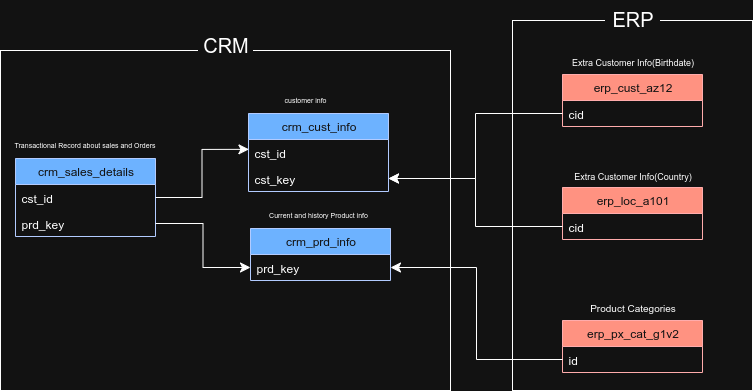
The draw.io diagram documents/DATA_INTEGRATION.drawio.png in Swaraj-sj2000/sql-data-warehouse-project, before a commit. Source tidied: cells renumbered, new cells last; positions are measured from the earlier drawing's top-left corner, leaving out a move shared by most shapes.
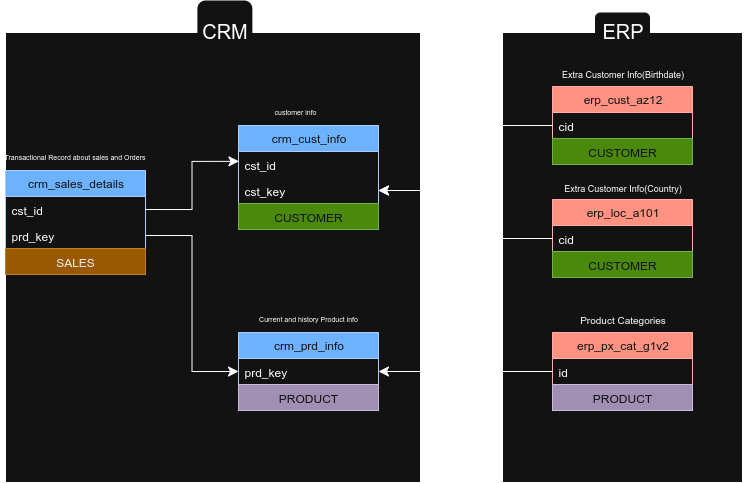
Above is the later version.

Commit message:
added dimensions and facts in golden layer and added er diagram for golden layer

Diff of the diagram source:
```diff
@@ -2,57 +2,69 @@
   <root>
     <mxCell id="0" />
     <mxCell id="1" parent="0" />
-    <mxCell id="2" style="rounded=0;whiteSpace=wrap;html=1;" parent="1" vertex="1">
-      <mxGeometry x="512" y="20" width="240" height="370" as="geometry" />
-    </mxCell>
-    <mxCell id="3" style="rounded=0;whiteSpace=wrap;html=1;" parent="1" vertex="1">
-      <mxGeometry y="50" width="450" height="340" as="geometry" />
-    </mxCell>
+    <mxCell id="31" style="rounded=0;whiteSpace=wrap;html=1;" parent="1" vertex="1">
+      <mxGeometry x="512" y="20" width="240" height="450" as="geometry" />
+    </mxCell>
+    <mxCell id="32" style="rounded=0;whiteSpace=wrap;html=1;" parent="1" vertex="1">
+      <mxGeometry x="15" y="20" width="415" height="450" as="geometry" />
+    </mxCell>
     <mxCell id="4" value="&lt;font style=&quot;font-size: 7px;&quot;&gt;customer info&lt;/font&gt;" style="text;html=1;align=center;verticalAlign=middle;whiteSpace=wrap;rounded=0;" parent="1" vertex="1">
       <mxGeometry x="281" y="83" width="48" height="30" as="geometry" />
     </mxCell>
     <mxCell id="5" value="&lt;font style=&quot;font-size: 7px;&quot;&gt;Current and history Product info&lt;/font&gt;" style="text;html=1;align=center;verticalAlign=middle;whiteSpace=wrap;rounded=0;" parent="1" vertex="1">
-      <mxGeometry x="261.9" y="198" width="112.2" height="30" as="geometry" />
+      <mxGeometry x="261.9" y="290" width="112.2" height="30" as="geometry" />
     </mxCell>
     <mxCell id="6" value="&lt;font style=&quot;font-size: 7px;&quot;&gt;Transactional Record about sales and Orders&lt;/font&gt;" style="text;html=1;align=center;verticalAlign=middle;whiteSpace=wrap;rounded=0;" parent="1" vertex="1">
       <mxGeometry x="9.4" y="128" width="151.1" height="30" as="geometry" />
     </mxCell>
     <mxCell id="7" value="crm_cust_info" style="swimlane;fontStyle=0;horizontal=1;startSize=26;html=1;fillColor=#0050ef;fontColor=#ffffff;strokeColor=#001DBC;" parent="1" vertex="1">
-      <mxGeometry x="248" y="113" width="140" height="78" as="geometry" />
+      <mxGeometry x="248" y="113" width="140" height="104" as="geometry" />
     </mxCell>
-    <mxCell id="8" value="cst_id" style="text;align=left;verticalAlign=top;spacingLeft=4;spacingRight=4;overflow=hidden;points=[[0,0.5],[1,0.5]];portConstraint=eastwest;whiteSpace=wrap;html=1;" parent="7" vertex="1">
-      <mxGeometry y="26" width="140" height="26" as="geometry" />
-    </mxCell>
+    <mxCell id="33" value="cst_id" style="text;align=left;verticalAlign=top;spacingLeft=4;spacingRight=4;overflow=hidden;points=[[0,0.5],[1,0.5]];portConstraint=eastwest;whiteSpace=wrap;html=1;" parent="7" vertex="1">
+      <mxGeometry y="26" width="140" height="26" as="geometry" />
+    </mxCell>
     <mxCell id="9" value="cst_key" style="text;align=left;verticalAlign=top;spacingLeft=4;spacingRight=4;overflow=hidden;points=[[0,0.5],[1,0.5]];portConstraint=eastwest;whiteSpace=wrap;html=1;" parent="7" vertex="1">
       <mxGeometry y="52" width="140" height="26" as="geometry" />
     </mxCell>
+    <mxCell id="34" value="CUSTOMER" style="text;strokeColor=#2D7600;fillColor=#60a917;align=center;verticalAlign=top;spacingLeft=4;spacingRight=4;overflow=hidden;whiteSpace=wrap;html=1;fontColor=#ffffff;" parent="7" vertex="1">
+      <mxGeometry y="78" width="140" height="26" as="geometry" />
+    </mxCell>
     <mxCell id="10" value="crm_prd_info" style="swimlane;fontStyle=0;horizontal=1;startSize=26;html=1;fillColor=#0050ef;fontColor=#ffffff;strokeColor=#001DBC;" parent="1" vertex="1">
-      <mxGeometry x="250" y="228" width="140" height="52" as="geometry" />
+      <mxGeometry x="248" y="320" width="140" height="78" as="geometry" />
     </mxCell>
     <mxCell id="11" value="prd_key" style="text;align=left;verticalAlign=top;spacingLeft=4;spacingRight=4;overflow=hidden;points=[[0,0.5],[1,0.5]];portConstraint=eastwest;whiteSpace=wrap;html=1;" parent="10" vertex="1">
       <mxGeometry y="26" width="140" height="26" as="geometry" />
     </mxCell>
+    <mxCell id="35" value="PRODUCT" style="text;strokeColor=#432D57;fillColor=#76608a;align=center;verticalAlign=top;spacingLeft=4;spacingRight=4;overflow=hidden;whiteSpace=wrap;html=1;fontColor=#ffffff;" parent="10" vertex="1">
+      <mxGeometry y="52" width="140" height="26" as="geometry" />
+    </mxCell>
     <mxCell id="12" value="crm_sales_details" style="swimlane;fontStyle=0;horizontal=1;startSize=26;html=1;fillColor=#0050ef;fontColor=#ffffff;strokeColor=#001DBC;" parent="1" vertex="1">
-      <mxGeometry x="15" y="158" width="140" height="78" as="geometry" />
+      <mxGeometry x="15" y="158" width="140" height="104" as="geometry" />
     </mxCell>
-    <mxCell id="13" value="cst_id" style="text;align=left;verticalAlign=top;spacingLeft=4;spacingRight=4;overflow=hidden;points=[[0,0.5],[1,0.5]];portConstraint=eastwest;whiteSpace=wrap;html=1;" parent="12" vertex="1">
-      <mxGeometry y="26" width="140" height="26" as="geometry" />
-    </mxCell>
+    <mxCell id="36" value="cst_id" style="text;align=left;verticalAlign=top;spacingLeft=4;spacingRight=4;overflow=hidden;points=[[0,0.5],[1,0.5]];portConstraint=eastwest;whiteSpace=wrap;html=1;" parent="12" vertex="1">
+      <mxGeometry y="26" width="140" height="26" as="geometry" />
+    </mxCell>
     <mxCell id="14" value="prd_key" style="text;align=left;verticalAlign=top;spacingLeft=4;spacingRight=4;overflow=hidden;points=[[0,0.5],[1,0.5]];portConstraint=eastwest;whiteSpace=wrap;html=1;" parent="12" vertex="1">
       <mxGeometry y="52" width="140" height="26" as="geometry" />
     </mxCell>
-    <mxCell id="15" style="edgeStyle=orthogonalEdgeStyle;rounded=0;jettySize=auto;html=1;entryX=0.003;entryY=0.379;entryDx=0;entryDy=0;entryPerimeter=0;fontSize=12;startSize=8;endSize=8;exitX=1;exitY=0.5;exitDx=0;exitDy=0;" parent="1" edge="1" source="13" target="8">
-      <mxGeometry relative="1" as="geometry" />
-    </mxCell>
+    <mxCell id="37" value="SALES" style="text;strokeColor=#BD7000;fillColor=#f0a30a;align=center;verticalAlign=top;spacingLeft=4;spacingRight=4;overflow=hidden;whiteSpace=wrap;html=1;fontColor=#000000;" parent="12" vertex="1">
+      <mxGeometry y="78" width="140" height="26" as="geometry" />
+    </mxCell>
+    <mxCell id="38" style="edgeStyle=orthogonalEdgeStyle;rounded=0;jettySize=auto;html=1;entryX=0.003;entryY=0.379;entryDx=0;entryDy=0;entryPerimeter=0;fontSize=12;startSize=8;endSize=8;exitX=1;exitY=0.5;exitDx=0;exitDy=0;" parent="1" edge="1" source="36" target="33">
+      <mxGeometry relative="1" as="geometry" />
+    </mxCell>
     <mxCell id="16" style="edgeStyle=orthogonalEdgeStyle;rounded=0;jettySize=auto;html=1;entryX=0;entryY=0.5;entryDx=0;entryDy=0;fontSize=12;startSize=8;endSize=8;exitX=1;exitY=0.5;exitDx=0;exitDy=0;" parent="1" edge="1" source="14" target="11">
       <mxGeometry relative="1" as="geometry" />
     </mxCell>
     <mxCell id="17" value="erp_cust_az12" style="swimlane;fontStyle=0;horizontal=1;startSize=26;fillColor=#e51400;html=1;fontColor=#ffffff;strokeColor=#B20000;" parent="1" vertex="1">
-      <mxGeometry x="562" y="74" width="140" height="52" as="geometry" />
+      <mxGeometry x="562" y="74" width="140" height="78" as="geometry" />
     </mxCell>
-    <mxCell id="18" value="cid" style="text;strokeColor=none;fillColor=none;align=left;verticalAlign=top;spacingLeft=4;spacingRight=4;overflow=hidden;points=[[0,0.5],[1,0.5]];portConstraint=eastwest;whiteSpace=wrap;html=1;" parent="17" vertex="1">
-      <mxGeometry y="26" width="140" height="26" as="geometry" />
-    </mxCell>
+    <mxCell id="39" value="cid" style="text;strokeColor=none;fillColor=none;align=left;verticalAlign=top;spacingLeft=4;spacingRight=4;overflow=hidden;points=[[0,0.5],[1,0.5]];portConstraint=eastwest;whiteSpace=wrap;html=1;" parent="17" vertex="1">
+      <mxGeometry y="26" width="140" height="26" as="geometry" />
+    </mxCell>
+    <mxCell id="40" value="CUSTOMER" style="text;strokeColor=#2D7600;fillColor=#60a917;align=center;verticalAlign=top;spacingLeft=4;spacingRight=4;overflow=hidden;whiteSpace=wrap;html=1;fontColor=#ffffff;" parent="17" vertex="1">
+      <mxGeometry y="52" width="140" height="26" as="geometry" />
+    </mxCell>
     <mxCell id="19" value="&lt;font style=&quot;font-size: 9px;&quot;&gt;Extra Customer Info(Birthdate)&lt;/font&gt;" style="text;html=1;align=center;verticalAlign=middle;strokeColor=none;fillColor=none;fontSize=16;" parent="1" vertex="1">
       <mxGeometry x="557" y="44" width="150" height="30" as="geometry" />
     </mxCell>
@@ -60,31 +72,37 @@
       <mxGeometry x="562" y="158" width="140" height="30" as="geometry" />
     </mxCell>
     <mxCell id="21" value="erp_px_cat_g1v2" style="swimlane;fontStyle=0;horizontal=1;startSize=26;fillColor=#e51400;html=1;fontColor=#ffffff;strokeColor=#B20000;" parent="1" vertex="1">
-      <mxGeometry x="562" y="320" width="140" height="52" as="geometry" />
+      <mxGeometry x="562" y="320" width="140" height="78" as="geometry" />
     </mxCell>
     <mxCell id="22" value="id" style="text;strokeColor=none;fillColor=none;align=left;verticalAlign=top;spacingLeft=4;spacingRight=4;overflow=hidden;points=[[0,0.5],[1,0.5]];portConstraint=eastwest;whiteSpace=wrap;html=1;" parent="21" vertex="1">
       <mxGeometry y="26" width="140" height="26" as="geometry" />
     </mxCell>
+    <mxCell id="41" value="PRODUCT" style="text;strokeColor=#432D57;fillColor=#76608a;align=center;verticalAlign=top;spacingLeft=4;spacingRight=4;overflow=hidden;whiteSpace=wrap;html=1;fontColor=#ffffff;" parent="21" vertex="1">
+      <mxGeometry y="52" width="140" height="26" as="geometry" />
+    </mxCell>
     <mxCell id="23" value="&lt;font size=&quot;1&quot;&gt;Product Categories&lt;/font&gt;" style="text;html=1;align=center;verticalAlign=middle;strokeColor=none;fillColor=none;fontSize=16;" parent="1" vertex="1">
       <mxGeometry x="577" y="290" width="110" height="30" as="geometry" />
     </mxCell>
     <mxCell id="24" value="erp_loc_a101" style="swimlane;fontStyle=0;horizontal=1;startSize=26;fillColor=#e51400;html=1;fontColor=#ffffff;strokeColor=#B20000;" parent="1" vertex="1">
-      <mxGeometry x="562" y="187" width="140" height="52" as="geometry" />
+      <mxGeometry x="562" y="187" width="140" height="78" as="geometry" />
     </mxCell>
-    <mxCell id="25" value="cid" style="text;strokeColor=none;fillColor=none;align=left;verticalAlign=top;spacingLeft=4;spacingRight=4;overflow=hidden;points=[[0,0.5],[1,0.5]];portConstraint=eastwest;whiteSpace=wrap;html=1;" parent="24" vertex="1">
-      <mxGeometry y="26" width="140" height="26" as="geometry" />
-    </mxCell>
-    <mxCell id="26" style="edgeStyle=orthogonalEdgeStyle;rounded=0;jettySize=auto;html=1;entryX=1;entryY=0.5;entryDx=0;entryDy=0;fontSize=12;startSize=8;endSize=8;" parent="1" edge="1" source="18" target="9">
-      <mxGeometry relative="1" as="geometry" />
-    </mxCell>
-    <mxCell id="27" style="edgeStyle=orthogonalEdgeStyle;rounded=0;jettySize=auto;html=1;entryX=1;entryY=0.5;entryDx=0;entryDy=0;fontSize=12;startSize=8;endSize=8;" parent="1" edge="1" source="25" target="9">
-      <mxGeometry relative="1" as="geometry" />
-    </mxCell>
+    <mxCell id="42" value="cid" style="text;strokeColor=none;fillColor=none;align=left;verticalAlign=top;spacingLeft=4;spacingRight=4;overflow=hidden;points=[[0,0.5],[1,0.5]];portConstraint=eastwest;whiteSpace=wrap;html=1;" parent="24" vertex="1">
+      <mxGeometry y="26" width="140" height="26" as="geometry" />
+    </mxCell>
+    <mxCell id="43" value="CUSTOMER" style="text;strokeColor=#2D7600;fillColor=#60a917;align=center;verticalAlign=top;spacingLeft=4;spacingRight=4;overflow=hidden;whiteSpace=wrap;html=1;fontColor=#ffffff;" parent="24" vertex="1">
+      <mxGeometry y="52" width="140" height="26" as="geometry" />
+    </mxCell>
+    <mxCell id="44" style="edgeStyle=orthogonalEdgeStyle;rounded=0;jettySize=auto;html=1;entryX=1;entryY=0.5;entryDx=0;entryDy=0;fontSize=12;startSize=8;endSize=8;" parent="1" edge="1" source="39" target="9">
+      <mxGeometry relative="1" as="geometry" />
+    </mxCell>
+    <mxCell id="45" style="edgeStyle=orthogonalEdgeStyle;rounded=0;jettySize=auto;html=1;entryX=1;entryY=0.5;entryDx=0;entryDy=0;fontSize=12;startSize=8;endSize=8;" parent="1" edge="1" source="42" target="9">
+      <mxGeometry relative="1" as="geometry" />
+    </mxCell>
     <mxCell id="28" style="edgeStyle=orthogonalEdgeStyle;rounded=0;jettySize=auto;html=1;entryX=1;entryY=0.5;entryDx=0;entryDy=0;fontSize=12;startSize=8;endSize=8;" parent="1" edge="1" source="22" target="11">
       <mxGeometry relative="1" as="geometry" />
     </mxCell>
     <mxCell id="29" value="&lt;font style=&quot;font-size: 20px;&quot;&gt;CRM&lt;/font&gt;" style="rounded=1;whiteSpace=wrap;html=1;strokeColor=none;" parent="1" vertex="1">
-      <mxGeometry x="197.5" y="14" width="55" height="60" as="geometry" />
+      <mxGeometry x="206.9" y="-12" width="55" height="60" as="geometry" />
     </mxCell>
     <mxCell id="30" value="&lt;font style=&quot;font-size: 20px;&quot;&gt;ERP&lt;/font&gt;" style="rounded=1;whiteSpace=wrap;html=1;strokeColor=none;" parent="1" vertex="1">
       <mxGeometry x="604.5" width="55" height="36" as="geometry" />
```
